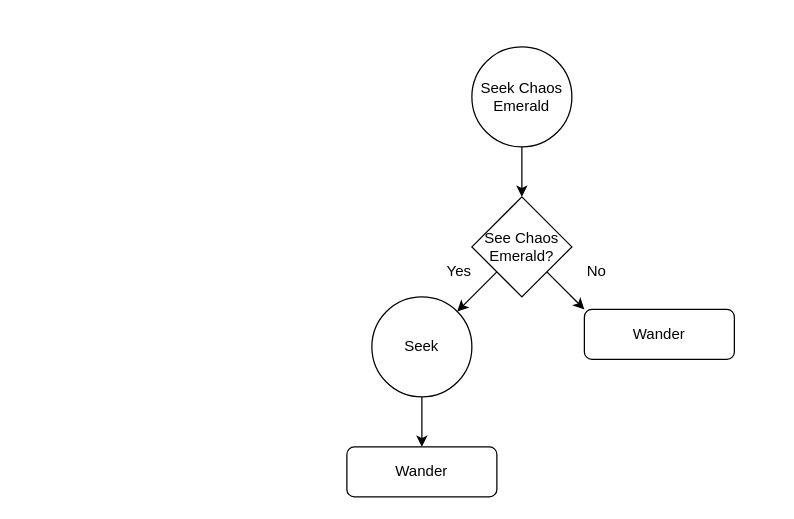
loganryan01/AIEGameAIAssignment keeps this draw.io diagram as page "Seek Chaos Emerald" (2 of 7) of Documentation/Logan Ryan - AI Behaviours.drawio. Above is the earlier version. Source tidied: cells renumbered, new cells numbered last; positions are measured from the earlier drawing's top-left corner, leaving out a move shared by most shapes. Both pictures are drawn from the tidied source at 125%, with x=0, y=0 at pixel (346, 46).
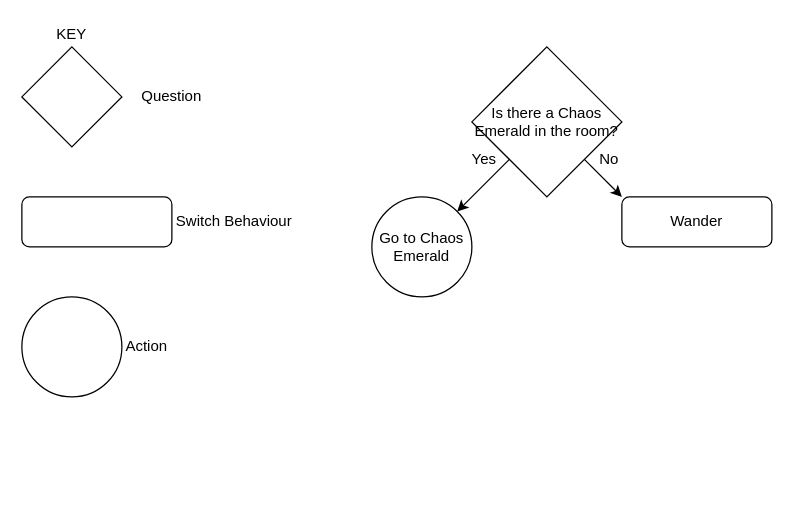
The same diagram, later.

Change to the diagram source:
```diff
@@
 <mxGraphModel>
   <root>
     <mxCell id="0" />
     <mxCell id="1" parent="0" />
-    <mxCell id="2" value="Seek Chaos Emerald" style="ellipse;whiteSpace=wrap;html=1;" parent="1" vertex="1">
-      <mxGeometry x="100" width="80" height="80" as="geometry" />
-    </mxCell>
-    <mxCell id="3" style="endArrow=classic;html=1;exitX=0.5;exitY=1;exitDx=0;exitDy=0;entryX=0.5;entryY=0;entryDx=0;entryDy=0;" parent="1" edge="1" source="2" target="4">
-      <mxGeometry relative="1" as="geometry" />
-    </mxCell>
-    <mxCell id="4" value="See Chaos Emerald?" style="rhombus;whiteSpace=wrap;html=1;" parent="1" vertex="1">
-      <mxGeometry x="100" y="120" width="80" height="80" as="geometry" />
+    <mxCell id="4" value="Is there a Chaos Emerald in the room?" style="rhombus;whiteSpace=wrap;html=1;" parent="1" vertex="1">
+      <mxGeometry x="100" width="120" height="120" as="geometry" />
     </mxCell>
     <mxCell id="5" style="endArrow=classic;html=1;exitX=0;exitY=1;exitDx=0;exitDy=0;entryX=1;entryY=0;entryDx=0;entryDy=0;" parent="1" edge="1" source="4" target="6">
       <mxGeometry relative="1" as="geometry" />
     </mxCell>
-    <mxCell id="6" value="Seek" style="ellipse;whiteSpace=wrap;html=1;" parent="1" vertex="1">
-      <mxGeometry x="20" y="200" width="80" height="80" as="geometry" />
+    <mxCell id="6" value="Go to Chaos Emerald" style="ellipse;whiteSpace=wrap;html=1;" parent="1" vertex="1">
+      <mxGeometry x="20" y="120" width="80" height="80" as="geometry" />
     </mxCell>
     <mxCell id="7" value="Yes" style="text;html=1;strokeColor=none;fillColor=none;align=center;verticalAlign=middle;whiteSpace=wrap;rounded=0;" parent="1" vertex="1">
-      <mxGeometry x="70" y="170" width="40" height="20" as="geometry" />
+      <mxGeometry x="90" y="80" width="40" height="20" as="geometry" />
     </mxCell>
     <mxCell id="8" style="endArrow=classic;html=1;exitX=1;exitY=1;exitDx=0;exitDy=0;entryX=0;entryY=0;entryDx=0;entryDy=0;" parent="1" edge="1" source="4" target="9">
       <mxGeometry relative="1" as="geometry" />
     </mxCell>
     <mxCell id="9" value="Wander" style="rounded=1;whiteSpace=wrap;html=1;" parent="1" vertex="1">
-      <mxGeometry x="190" y="210" width="120" height="40" as="geometry" />
+      <mxGeometry x="220" y="120" width="120" height="40" as="geometry" />
     </mxCell>
     <mxCell id="10" value="No" style="text;html=1;strokeColor=none;fillColor=none;align=center;verticalAlign=middle;whiteSpace=wrap;rounded=0;" parent="1" vertex="1">
-      <mxGeometry x="180" y="170" width="40" height="20" as="geometry" />
+      <mxGeometry x="190" y="80" width="40" height="20" as="geometry" />
     </mxCell>
-    <mxCell id="11" style="endArrow=classic;html=1;exitX=0.5;exitY=1;exitDx=0;exitDy=0;entryX=0.5;entryY=0;entryDx=0;entryDy=0;" parent="1" edge="1" source="6" target="12">
-      <mxGeometry relative="1" as="geometry" />
-    </mxCell>
-    <mxCell id="12" value="Wander" style="rounded=1;whiteSpace=wrap;html=1;" parent="1" vertex="1">
-      <mxGeometry y="320" width="120" height="40" as="geometry" />
-    </mxCell>
+    <mxCell id="13" style="rhombus;whiteSpace=wrap;html=1;" parent="1" vertex="1">
+      <mxGeometry x="-260" width="80" height="80" as="geometry" />
+    </mxCell>
+    <mxCell id="14" value="Question" style="text;html=1;strokeColor=none;fillColor=none;align=center;verticalAlign=middle;whiteSpace=wrap;rounded=0;" parent="1" vertex="1">
+      <mxGeometry x="-180" y="30" width="80" height="20" as="geometry" />
+    </mxCell>
+    <mxCell id="15" style="rounded=1;whiteSpace=wrap;html=1;" parent="1" vertex="1">
+      <mxGeometry x="-260" y="120" width="120" height="40" as="geometry" />
+    </mxCell>
+    <mxCell id="16" value="Switch Behaviour" style="text;html=1;strokeColor=none;fillColor=none;align=center;verticalAlign=middle;whiteSpace=wrap;rounded=0;" parent="1" vertex="1">
+      <mxGeometry x="-140" y="130" width="100" height="20" as="geometry" />
+    </mxCell>
+    <mxCell id="17" style="ellipse;whiteSpace=wrap;html=1;" parent="1" vertex="1">
+      <mxGeometry x="-260" y="200" width="80" height="80" as="geometry" />
+    </mxCell>
+    <mxCell id="18" value="Action" style="text;html=1;strokeColor=none;fillColor=none;align=center;verticalAlign=middle;whiteSpace=wrap;rounded=0;" parent="1" vertex="1">
+      <mxGeometry x="-180" y="230" width="40" height="20" as="geometry" />
+    </mxCell>
+    <mxCell id="19" value="KEY" style="text;html=1;strokeColor=none;fillColor=none;align=center;verticalAlign=middle;whiteSpace=wrap;rounded=0;" parent="1" vertex="1">
+      <mxGeometry x="-240" y="-20" width="40" height="20" as="geometry" />
+    </mxCell>
   </root>
 </mxGraphModel>
```
